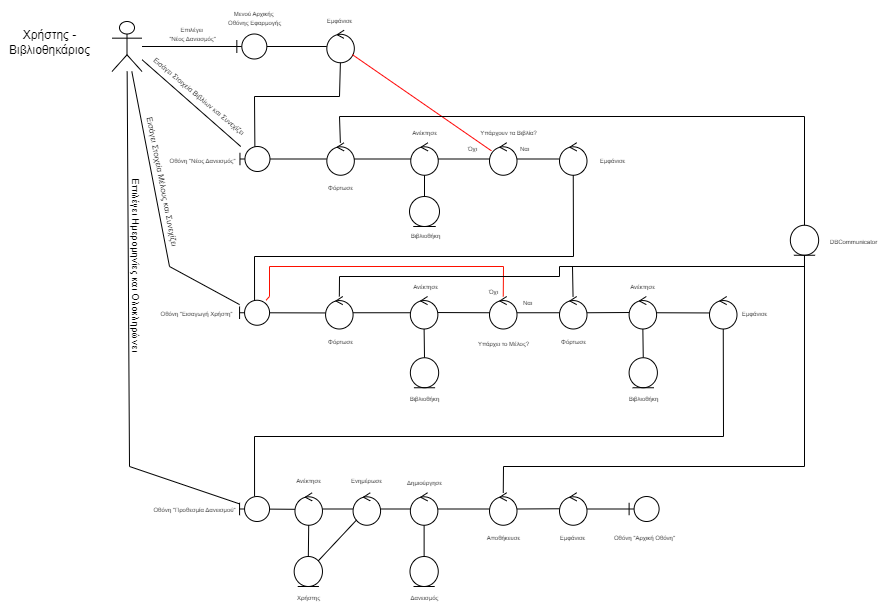
The draw.io diagram 2nd Assignment/Robustness Diagrams/Robustness-Diagram-v0.1-Νέος Δανεισμός Βιβλίου Μέσω Βιβλιοθηκάριου.png in CallMeJasonYT/LibraVision, before a commit. Source tidied: cells renumbered, new cells last; positions are measured from the earlier drawing's top-left corner, leaving out a move shared by most shapes.
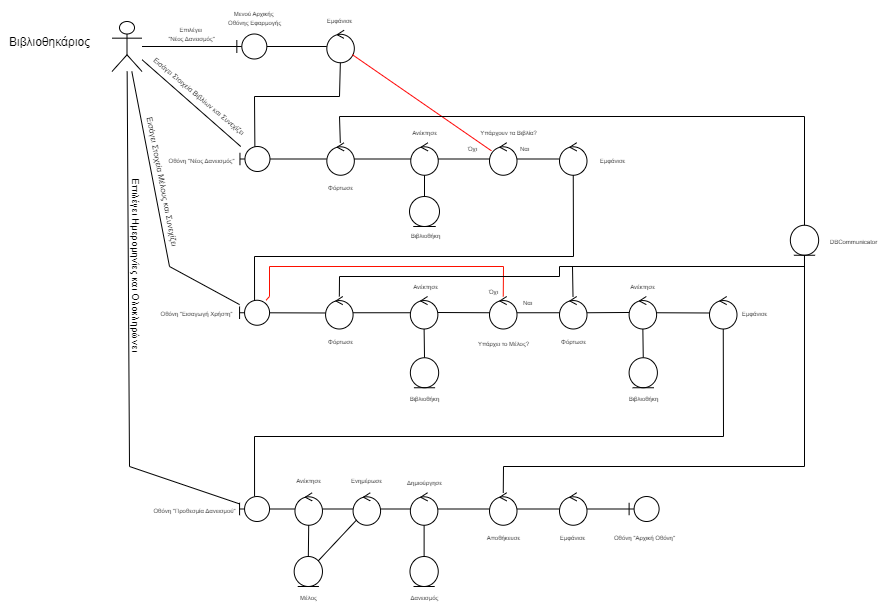
The same file after the commit.

Commit message:
Robustness-Diagram-v0.1-Νέος Δανεισμός Βιβλίου Μέσω Βιβλιοθηκάριου

Diff of the diagram source:
```diff
@@ -11,8 +11,8 @@
     <mxCell id="4" style="shape=umlBoundary;whiteSpace=wrap;html=1;fontSize=10;" parent="1" vertex="1">
       <mxGeometry x="237.3" y="33.5" width="30" height="25" as="geometry" />
     </mxCell>
-    <mxCell id="5" value="Χρήστης -&lt;div&gt;Βιβλιοθηκάριος&lt;/div&gt;" style="text;html=1;align=center;verticalAlign=middle;strokeColor=none;fillColor=none;" parent="1" vertex="1">
-      <mxGeometry x="0.5" y="22.2" width="100" height="40" as="geometry" />
+    <mxCell id="5" value="&lt;span style=&quot;background-color: initial;&quot;&gt;Βιβλιοθηκάριος&lt;/span&gt;" style="text;html=1;align=center;verticalAlign=middle;strokeColor=none;fillColor=none;" parent="1" vertex="1">
+      <mxGeometry x="0.5" y="27.2" width="100" height="30" as="geometry" />
     </mxCell>
     <mxCell id="6" value="&lt;span style=&quot;font-size: 6px;&quot;&gt;Επιλέγει&amp;nbsp;&lt;/span&gt;&lt;div style=&quot;line-height: 40%;&quot;&gt;&lt;span style=&quot;font-size: 6px;&quot;&gt;&quot;Νέος Δανεισμός&quot;&lt;/span&gt;&lt;/div&gt;" style="text;html=1;align=center;verticalAlign=middle;strokeColor=none;fillColor=none;" parent="1" vertex="1">
       <mxGeometry x="157.5" y="16" width="70" height="30" as="geometry" />
@@ -338,7 +338,7 @@
     <mxCell id="96" style="ellipse;shape=umlEntity;whiteSpace=wrap;html=1;" parent="1" vertex="1">
       <mxGeometry x="294.7" y="556" width="28.3" height="30" as="geometry" />
     </mxCell>
-    <mxCell id="97" value="&lt;span style=&quot;font-size: 6px;&quot;&gt;Χρήστης&lt;/span&gt;" style="text;html=1;align=center;verticalAlign=middle;strokeColor=none;fillColor=none;spacing=0;" parent="1" vertex="1">
+    <mxCell id="97" value="&lt;span style=&quot;font-size: 6px;&quot;&gt;Μέλος&lt;/span&gt;" style="text;html=1;align=center;verticalAlign=middle;strokeColor=none;fillColor=none;spacing=0;" parent="1" vertex="1">
       <mxGeometry x="288.8" y="586" width="40" height="20" as="geometry" />
     </mxCell>
     <mxCell id="98" style="ellipse;shape=umlControl;whiteSpace=wrap;html=1;" parent="1" vertex="1">
```
